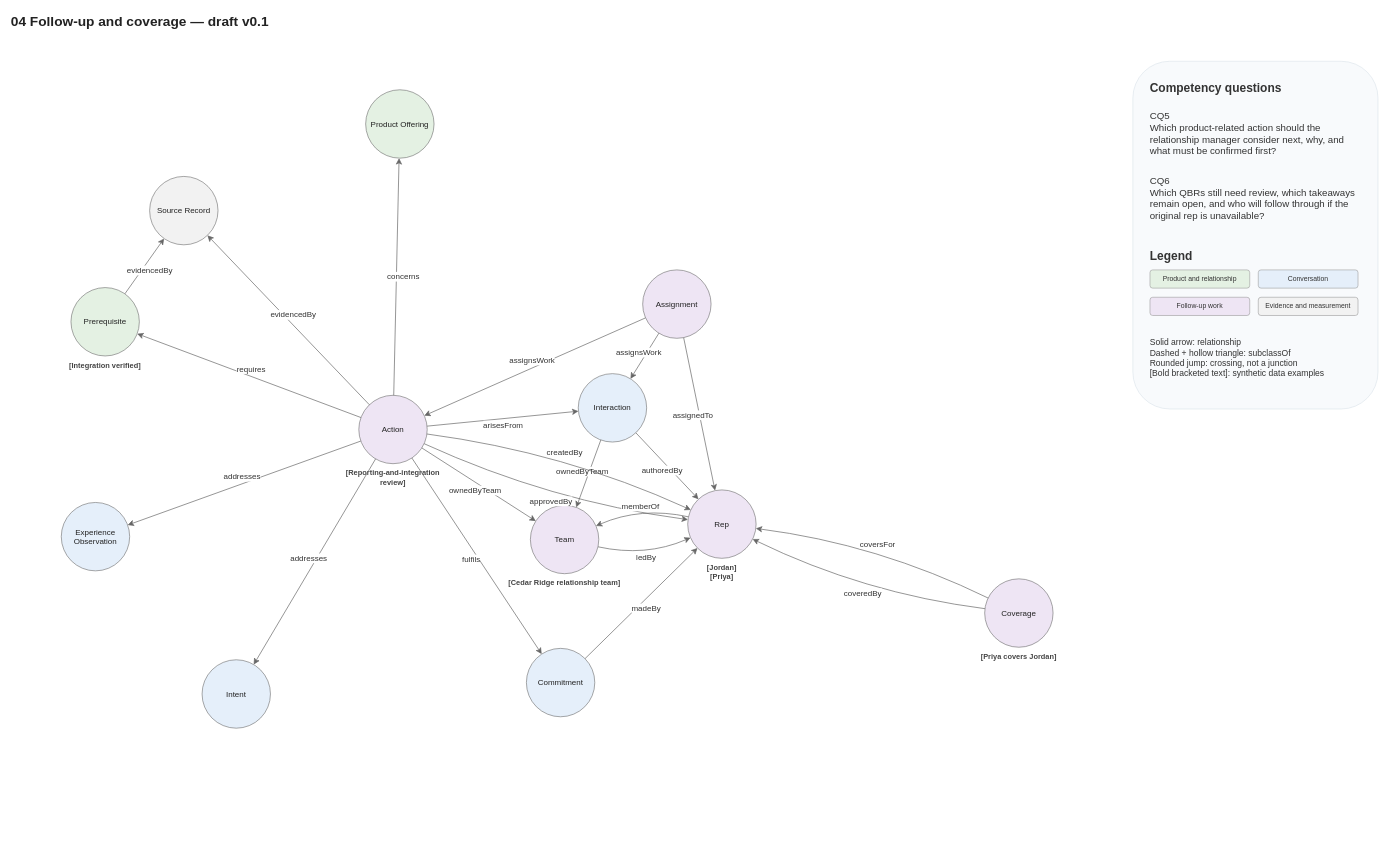
Before: page "04 Follow-up and coverage" (5 of 5) of solution/model/aai-model.drawio in ssfd7/advisor-account-intelligence, a draw.io diagram. Source tidied: cells renumbered, new cells numbered last; positions are measured from the earlier drawing's top-left corner, leaving out a move shared by most shapes. Both pictures are drawn from the tidied source at 57%, with x=0, y=0 at pixel (10, 10).
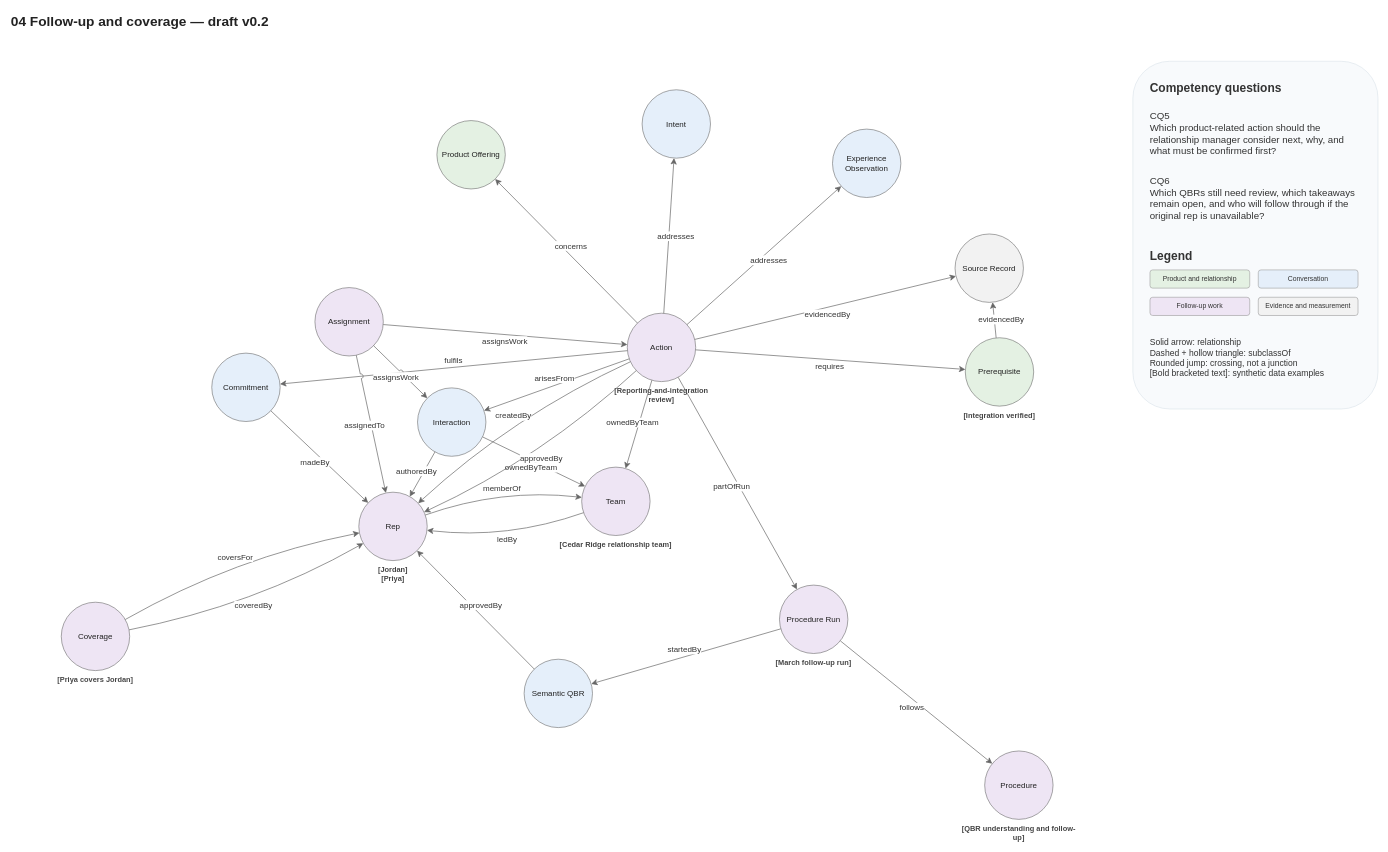
The same diagram, later.

The edit, as a diff of the source:
```diff
@@
-    <mxCell id="2" value="04 Follow-up and coverage — draft v0.1" style="shape=label;fillColor=none;strokeColor=none;html=1;align=left;fontSize=24;fontStyle=1;fontColor=#222222;" parent="1" vertex="1">
+    <mxCell id="2" value="04 Follow-up and coverage — draft v0.2" style="shape=label;fillColor=none;strokeColor=none;html=1;align=left;fontSize=24;fontStyle=1;fontColor=#222222;" parent="1" vertex="1">
       <mxGeometry width="1700" height="40" as="geometry" />
     </mxCell>
     <mxCell id="3" value="Product Offering" style="shape=ellipse;perimeter=ellipsePerimeter;whiteSpace=wrap;html=0;fillColor=#E4F1E3;strokeColor=#666666;strokeWidth=1;fontSize=14;fontColor=#222222;spacing=8;" parent="1" vertex="1">
-      <mxGeometry x="624" y="140" width="120" height="120" as="geometry" />
+      <mxGeometry x="749" y="194" width="120" height="120" as="geometry" />
     </mxCell>
     <mxCell id="4" value="Prerequisite" style="shape=ellipse;perimeter=ellipsePerimeter;whiteSpace=wrap;html=0;fillColor=#E4F1E3;strokeColor=#666666;strokeWidth=1;fontSize=14;fontColor=#222222;spacing=8;" parent="1" vertex="1">
-      <mxGeometry x="107" y="487" width="120" height="120" as="geometry" />
+      <mxGeometry x="1676" y="575" width="120" height="120" as="geometry" />
     </mxCell>
     <mxCell id="5" value="[Integration verified]" style="shape=label;html=0;whiteSpace=wrap;fillColor=none;strokeColor=none;fontSize=13;fontStyle=1;fontColor=#444444;align=center;verticalAlign=top;spacing=0;" parent="1" vertex="1">
-      <mxGeometry x="67" y="611" width="200" height="26" as="geometry" />
+      <mxGeometry x="1636" y="699" width="200" height="26" as="geometry" />
     </mxCell>
     <mxCell id="6" value="Source Record" style="shape=ellipse;perimeter=ellipsePerimeter;whiteSpace=wrap;html=0;fillColor=#F2F2F2;strokeColor=#666666;strokeWidth=1;fontSize=14;fontColor=#222222;spacing=8;" parent="1" vertex="1">
-      <mxGeometry x="245" y="292" width="120" height="120" as="geometry" />
+      <mxGeometry x="1658" y="393" width="120" height="120" as="geometry" />
     </mxCell>
     <mxCell id="7" value="Interaction" style="shape=ellipse;perimeter=ellipsePerimeter;whiteSpace=wrap;html=0;fillColor=#E5EFFA;strokeColor=#666666;strokeWidth=1;fontSize=14;fontColor=#222222;spacing=8;" parent="1" vertex="1">
-      <mxGeometry x="997" y="638" width="120" height="120" as="geometry" />
+      <mxGeometry x="715" y="663" width="120" height="120" as="geometry" />
     </mxCell>
     <mxCell id="8" value="Experience Observation" style="shape=ellipse;perimeter=ellipsePerimeter;whiteSpace=wrap;html=0;fillColor=#E5EFFA;strokeColor=#666666;strokeWidth=1;fontSize=14;fontColor=#222222;spacing=8;" parent="1" vertex="1">
-      <mxGeometry x="90" y="864" width="120" height="120" as="geometry" />
+      <mxGeometry x="1443" y="209" width="120" height="120" as="geometry" />
     </mxCell>
     <mxCell id="9" value="Intent" style="shape=ellipse;perimeter=ellipsePerimeter;whiteSpace=wrap;html=0;fillColor=#E5EFFA;strokeColor=#666666;strokeWidth=1;fontSize=14;fontColor=#222222;spacing=8;" parent="1" vertex="1">
-      <mxGeometry x="337" y="1140" width="120" height="120" as="geometry" />
+      <mxGeometry x="1109" y="140" width="120" height="120" as="geometry" />
     </mxCell>
     <mxCell id="10" value="Commitment" style="shape=ellipse;perimeter=ellipsePerimeter;whiteSpace=wrap;html=0;fillColor=#E5EFFA;strokeColor=#666666;strokeWidth=1;fontSize=14;fontColor=#222222;spacing=8;" parent="1" vertex="1">
-      <mxGeometry x="906" y="1120" width="120" height="120" as="geometry" />
+      <mxGeometry x="354" y="602" width="120" height="120" as="geometry" />
     </mxCell>
     <mxCell id="11" value="Action" style="shape=ellipse;perimeter=ellipsePerimeter;whiteSpace=wrap;html=0;fillColor=#EEE5F4;strokeColor=#666666;strokeWidth=1;fontSize=14;fontColor=#222222;spacing=8;" parent="1" vertex="1">
-      <mxGeometry x="612" y="676" width="120" height="120" as="geometry" />
+      <mxGeometry x="1083" y="532" width="120" height="120" as="geometry" />
     </mxCell>
     <mxCell id="12" value="[Reporting-and-integration review]" style="shape=label;html=0;whiteSpace=wrap;fillColor=none;strokeColor=none;fontSize=13;fontStyle=1;fontColor=#444444;align=center;verticalAlign=top;spacing=0;" parent="1" vertex="1">
-      <mxGeometry x="572" y="800" width="200" height="26" as="geometry" />
+      <mxGeometry x="1043" y="656" width="200" height="26" as="geometry" />
     </mxCell>
     <mxCell id="13" value="Rep" style="shape=ellipse;perimeter=ellipsePerimeter;whiteSpace=wrap;html=0;fillColor=#EEE5F4;strokeColor=#666666;strokeWidth=1;fontSize=14;fontColor=#222222;spacing=8;" parent="1" vertex="1">
-      <mxGeometry x="1189" y="842" width="120" height="120" as="geometry" />
+      <mxGeometry x="612" y="846" width="120" height="120" as="geometry" />
     </mxCell>
     <mxCell id="14" value="[Jordan]&#10;[Priya]" style="shape=label;html=0;whiteSpace=wrap;fillColor=none;strokeColor=none;fontSize=13;fontStyle=1;fontColor=#444444;align=center;verticalAlign=top;spacing=0;" parent="1" vertex="1">
-      <mxGeometry x="1149" y="966" width="200" height="46" as="geometry" />
+      <mxGeometry x="572" y="970" width="200" height="46" as="geometry" />
     </mxCell>
     <mxCell id="15" value="Team" style="shape=ellipse;perimeter=ellipsePerimeter;whiteSpace=wrap;html=0;fillColor=#EEE5F4;strokeColor=#666666;strokeWidth=1;fontSize=14;fontColor=#222222;spacing=8;" parent="1" vertex="1">
-      <mxGeometry x="913" y="869" width="120" height="120" as="geometry" />
+      <mxGeometry x="1003" y="802" width="120" height="120" as="geometry" />
     </mxCell>
     <mxCell id="16" value="[Cedar Ridge relationship team]" style="shape=label;html=0;whiteSpace=wrap;fillColor=none;strokeColor=none;fontSize=13;fontStyle=1;fontColor=#444444;align=center;verticalAlign=top;spacing=0;" parent="1" vertex="1">
-      <mxGeometry x="873" y="993" width="200" height="26" as="geometry" />
+      <mxGeometry x="963" y="926" width="200" height="26" as="geometry" />
     </mxCell>
     <mxCell id="17" value="Assignment" style="shape=ellipse;perimeter=ellipsePerimeter;whiteSpace=wrap;html=0;fillColor=#EEE5F4;strokeColor=#666666;strokeWidth=1;fontSize=14;fontColor=#222222;spacing=8;" parent="1" vertex="1">
-      <mxGeometry x="1110" y="456" width="120" height="120" as="geometry" />
+      <mxGeometry x="535" y="487" width="120" height="120" as="geometry" />
     </mxCell>
     <mxCell id="18" value="Coverage" style="shape=ellipse;perimeter=ellipsePerimeter;whiteSpace=wrap;html=0;fillColor=#EEE5F4;strokeColor=#666666;strokeWidth=1;fontSize=14;fontColor=#222222;spacing=8;" parent="1" vertex="1">
-      <mxGeometry x="1710" y="998" width="120" height="120" as="geometry" />
+      <mxGeometry x="90" y="1039" width="120" height="120" as="geometry" />
     </mxCell>
     <mxCell id="19" value="[Priya covers Jordan]" style="shape=label;html=0;whiteSpace=wrap;fillColor=none;strokeColor=none;fontSize=13;fontStyle=1;fontColor=#444444;align=center;verticalAlign=top;spacing=0;" parent="1" vertex="1">
-      <mxGeometry x="1670" y="1122" width="200" height="26" as="geometry" />
+      <mxGeometry x="50" y="1163" width="200" height="26" as="geometry" />
     </mxCell>
+    <mxCell id="51" value="Semantic QBR" style="shape=ellipse;perimeter=ellipsePerimeter;whiteSpace=wrap;html=0;fillColor=#E5EFFA;strokeColor=#666666;strokeWidth=1;fontSize=14;fontColor=#222222;spacing=8;" parent="1" vertex="1">
+      <mxGeometry x="902" y="1139" width="120" height="120" as="geometry" />
+    </mxCell>
+    <mxCell id="52" value="Procedure" style="shape=ellipse;perimeter=ellipsePerimeter;whiteSpace=wrap;html=0;fillColor=#EEE5F4;strokeColor=#666666;strokeWidth=1;fontSize=14;fontColor=#222222;spacing=8;" parent="1" vertex="1">
+      <mxGeometry x="1710" y="1300" width="120" height="120" as="geometry" />
+    </mxCell>
+    <mxCell id="53" value="[QBR understanding and follow-up]" style="shape=label;html=0;whiteSpace=wrap;fillColor=none;strokeColor=none;fontSize=13;fontStyle=1;fontColor=#444444;align=center;verticalAlign=top;spacing=0;" parent="1" vertex="1">
+      <mxGeometry x="1670" y="1424" width="200" height="26" as="geometry" />
+    </mxCell>
+    <mxCell id="54" value="Procedure Run" style="shape=ellipse;perimeter=ellipsePerimeter;whiteSpace=wrap;html=0;fillColor=#EEE5F4;strokeColor=#666666;strokeWidth=1;fontSize=14;fontColor=#222222;spacing=8;" parent="1" vertex="1">
+      <mxGeometry x="1350" y="1009" width="120" height="120" as="geometry" />
+    </mxCell>
+    <mxCell id="55" value="[March follow-up run]" style="shape=label;html=0;whiteSpace=wrap;fillColor=none;strokeColor=none;fontSize=13;fontStyle=1;fontColor=#444444;align=center;verticalAlign=top;spacing=0;" parent="1" vertex="1">
+      <mxGeometry x="1310" y="1133" width="200" height="26" as="geometry" />
+    </mxCell>
@@
     <mxCell id="30" value="createdBy" style="edgeStyle=none;html=1;rounded=0;strokeColor=#666666;strokeWidth=1.2;fontSize=14;fontColor=#333333;labelBackgroundColor=#FFFFFF;jumpStyle=arc;jumpSize=8;endArrow=classic;endSize=8;curved=1;" parent="1" edge="1" source="11" target="13">
       <mxGeometry relative="1" as="geometry">
         <Array as="points">
-          <mxPoint x="973" y="776" />
+          <mxPoint x="883" y="712" />
         </Array>
       </mxGeometry>
     </mxCell>
     <mxCell id="31" value="approvedBy" style="edgeStyle=none;html=1;rounded=0;strokeColor=#666666;strokeWidth=1.2;fontSize=14;fontColor=#333333;labelBackgroundColor=#FFFFFF;jumpStyle=arc;jumpSize=8;endArrow=classic;endSize=8;curved=1;" parent="1" edge="1" source="11" target="13">
       <mxGeometry relative="1" as="geometry">
         <Array as="points">
-          <mxPoint x="948" y="862" />
+          <mxPoint x="932" y="786" />
         </Array>
       </mxGeometry>
     </mxCell>
@@
     <mxCell id="34" value="memberOf" style="edgeStyle=none;html=1;rounded=0;strokeColor=#666666;strokeWidth=1.2;fontSize=14;fontColor=#333333;labelBackgroundColor=#FFFFFF;jumpStyle=arc;jumpSize=8;endArrow=classic;endSize=8;curved=1;" parent="1" edge="1" source="13" target="15">
       <mxGeometry relative="1" as="geometry">
         <Array as="points">
-          <mxPoint x="1107" y="871" />
+          <mxPoint x="862" y="839" />
         </Array>
       </mxGeometry>
     </mxCell>
     <mxCell id="35" value="ledBy" style="edgeStyle=none;html=1;rounded=0;strokeColor=#666666;strokeWidth=1.2;fontSize=14;fontColor=#333333;labelBackgroundColor=#FFFFFF;jumpStyle=arc;jumpSize=8;endArrow=classic;endSize=8;curved=1;" parent="1" edge="1" source="15" target="13">
       <mxGeometry relative="1" as="geometry">
         <Array as="points">
-          <mxPoint x="1115" y="960" />
+          <mxPoint x="873" y="929" />
         </Array>
       </mxGeometry>
     </mxCell>
@@
     <mxCell id="39" value="coversFor" style="edgeStyle=none;html=1;rounded=0;strokeColor=#666666;strokeWidth=1.2;fontSize=14;fontColor=#333333;labelBackgroundColor=#FFFFFF;jumpStyle=arc;jumpSize=8;endArrow=classic;endSize=8;curved=1;" parent="1" edge="1" source="18" target="13">
       <mxGeometry relative="1" as="geometry">
         <Array as="points">
-          <mxPoint x="1522" y="937" />
+          <mxPoint x="395" y="960" />
         </Array>
       </mxGeometry>
     </mxCell>
     <mxCell id="40" value="coveredBy" style="edgeStyle=none;html=1;rounded=0;strokeColor=#666666;strokeWidth=1.2;fontSize=14;fontColor=#333333;labelBackgroundColor=#FFFFFF;jumpStyle=arc;jumpSize=8;endArrow=classic;endSize=8;curved=1;" parent="1" edge="1" source="18" target="13">
       <mxGeometry relative="1" as="geometry">
         <Array as="points">
-          <mxPoint x="1497" y="1023" />
+          <mxPoint x="427" y="1045" />
         </Array>
       </mxGeometry>
     </mxCell>
+    <mxCell id="56" value="approvedBy" style="edgeStyle=none;html=1;rounded=0;strokeColor=#666666;strokeWidth=1.2;fontSize=14;fontColor=#333333;labelBackgroundColor=#FFFFFF;jumpStyle=arc;jumpSize=8;endArrow=classic;endSize=8;curved=0;" parent="1" edge="1" source="51" target="13">
+      <mxGeometry y="-12" relative="1" as="geometry" />
+    </mxCell>
+    <mxCell id="57" value="follows" style="edgeStyle=none;html=1;rounded=0;strokeColor=#666666;strokeWidth=1.2;fontSize=14;fontColor=#333333;labelBackgroundColor=#FFFFFF;jumpStyle=arc;jumpSize=8;endArrow=classic;endSize=8;curved=0;" parent="1" edge="1" source="54" target="52">
+      <mxGeometry y="-12" relative="1" as="geometry" />
+    </mxCell>
+    <mxCell id="58" value="startedBy" style="edgeStyle=none;html=1;rounded=0;strokeColor=#666666;strokeWidth=1.2;fontSize=14;fontColor=#333333;labelBackgroundColor=#FFFFFF;jumpStyle=arc;jumpSize=8;endArrow=classic;endSize=8;curved=0;" parent="1" edge="1" source="54" target="51">
+      <mxGeometry y="-12" relative="1" as="geometry" />
+    </mxCell>
+    <mxCell id="59" value="partOfRun" style="edgeStyle=none;html=1;rounded=0;strokeColor=#666666;strokeWidth=1.2;fontSize=14;fontColor=#333333;labelBackgroundColor=#FFFFFF;jumpStyle=arc;jumpSize=8;endArrow=classic;endSize=8;curved=0;" parent="1" edge="1" source="11" target="54">
+      <mxGeometry y="-12" relative="1" as="geometry" />
+    </mxCell>
```
